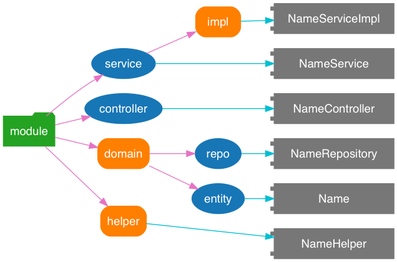
This is static/image/2019/07/spring-mvc-module.png from Jeanhwea/jeanhwea.github.io, a Graphviz export, as it was before one commit. Its source is kept beside it as static/image/2019/07/spring-mvc-module.dot.
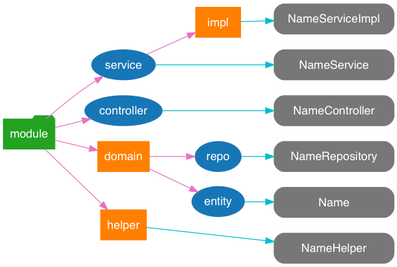
After the commit.

The edit, as a diff of the source:
```diff
@@ -10,7 +10,7 @@
   repository[label="repo"];
   entity;
 
-  node [shape=box, style="filled,rounded", color="#ff7f00"];
+  node [shape=record, style=filled, color="#ff7f00"];
   domain;
   helper;
   service_impl[label="impl"];
@@ -20,13 +20,12 @@
     service; controller; domain; helper;
   }
 
-
   edge [style=solid, color="#e574c3"];
   module -> {domain, service, controller, helper};
   domain -> {entity, repository};
   service -> service_impl;
 
-  node [shape=component, style=filled, color="#777777", width=2];
+  node [shape=Mrecord, style=filled, color="#777777", width=2];
   {
     rank="same";
     Name;
```
